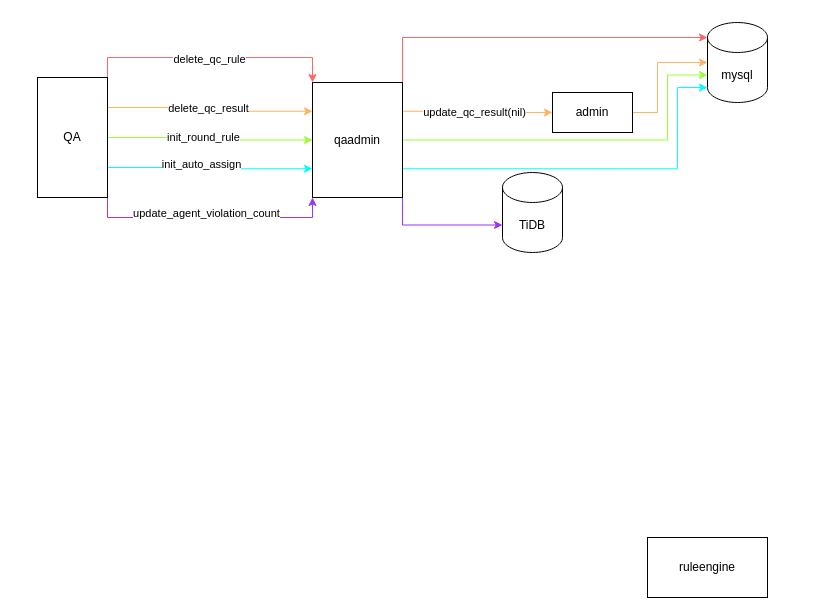
Above: Untitled Diagram.drawio in IMSTlsc/gin (draw.io), before the change. Source tidied: cells renumbered, new cells numbered last; positions are measured from the earlier drawing's top-left corner, leaving out a move shared by most shapes. Both pictures are drawn from the tidied source at 100%, with x=0, y=0 at pixel (37, 22).
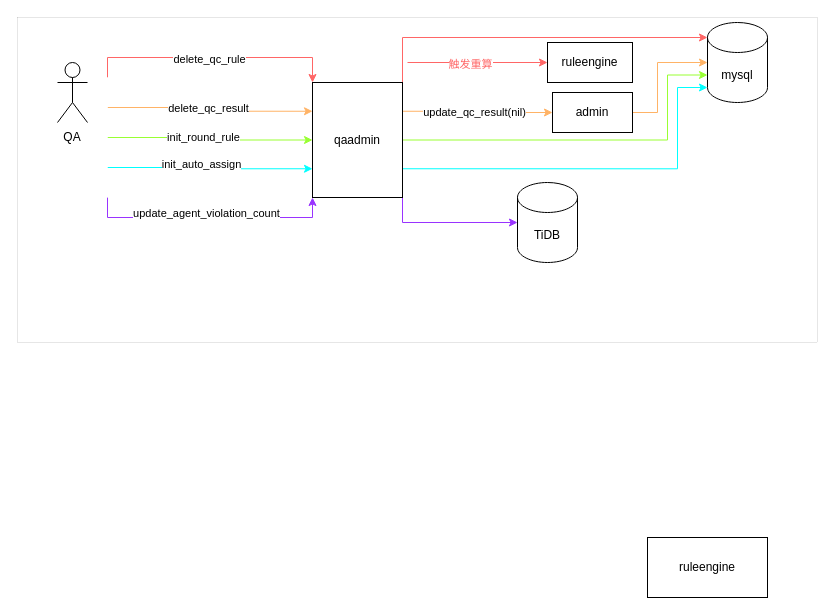
The same page after the edit.

Unchanged cells that the change refers to:
```xml
<mxCell id="10" value="qaadmin" style="rounded=0;whiteSpace=wrap;html=1;direction=east;" parent="1" vertex="1">
  <mxGeometry x="275" y="60" width="90" height="115" as="geometry" />
</mxCell>
```

What changed in the source:
```diff
@@
+    <mxCell id="25" style="rounded=0;whiteSpace=wrap;html=1;fontColor=#FF6666;strokeWidth=0;" parent="1" vertex="1">
+      <mxGeometry x="-20" y="-5" width="800" height="325" as="geometry" />
+    </mxCell>
@@
     <mxCell id="3" value="TiDB" style="shape=cylinder3;whiteSpace=wrap;html=1;boundedLbl=1;backgroundOutline=1;size=15;" parent="1" vertex="1">
-      <mxGeometry x="465" y="150" width="60" height="80" as="geometry" />
+      <mxGeometry x="480" y="160" width="60" height="80" as="geometry" />
     </mxCell>
-    <mxCell id="4" style="edgeStyle=orthogonalEdgeStyle;rounded=0;jettySize=auto;html=1;exitX=1;exitY=1;exitDx=0;exitDy=0;entryX=0;entryY=0;entryDx=0;entryDy=52.5;entryPerimeter=0;strokeColor=#9933FF;" parent="1" edge="1" source="10" target="3">
-      <mxGeometry relative="1" as="geometry" />
-    </mxCell>
@@
+    <mxCell id="4" style="edgeStyle=orthogonalEdgeStyle;rounded=0;jettySize=auto;html=1;exitX=1;exitY=1;exitDx=0;exitDy=0;fontColor=#FF6666;strokeColor=#9933FF;" parent="1" edge="1" source="10" target="3">
+      <mxGeometry relative="1" as="geometry" />
+    </mxCell>
@@
-    <mxCell id="22" value="QA" style="rounded=0;whiteSpace=wrap;html=1;direction=east;" parent="1" vertex="1">
+    <mxCell id="22" value="QA" style="rounded=0;whiteSpace=wrap;html=1;direction=east;strokeWidth=0;glass=1;strokeColor=none;" parent="1" vertex="1">
       <mxGeometry y="55" width="70" height="120" as="geometry" />
     </mxCell>
@@
+    <mxCell id="26" value="ruleengine" style="rounded=0;whiteSpace=wrap;html=1;" parent="1" vertex="1">
+      <mxGeometry x="510" y="20" width="85" height="40" as="geometry" />
+    </mxCell>
+    <mxCell id="27" style="endArrow=classic;html=1;rounded=0;strokeColor=#FF6666;entryX=0;entryY=0.5;entryDx=0;entryDy=0;" parent="1" edge="1" target="26">
+      <mxGeometry relative="1" as="geometry">
+        <mxPoint x="370" y="40" as="sourcePoint" />
+      </mxGeometry>
+    </mxCell>
+    <mxCell id="28" value="触发重算" style="edgeLabel;html=1;align=center;verticalAlign=middle;fontColor=#FF6666;" parent="27" vertex="1">
+      <mxGeometry x="-0.12" y="-1" relative="1" as="geometry" />
+    </mxCell>
+    <mxCell id="29" style="shape=umlActor;verticalLabelPosition=bottom;verticalAlign=top;html=1;fontColor=#FF6666;" parent="1" vertex="1">
+      <mxGeometry x="20" y="40" width="30" height="60" as="geometry" />
+    </mxCell>
```
